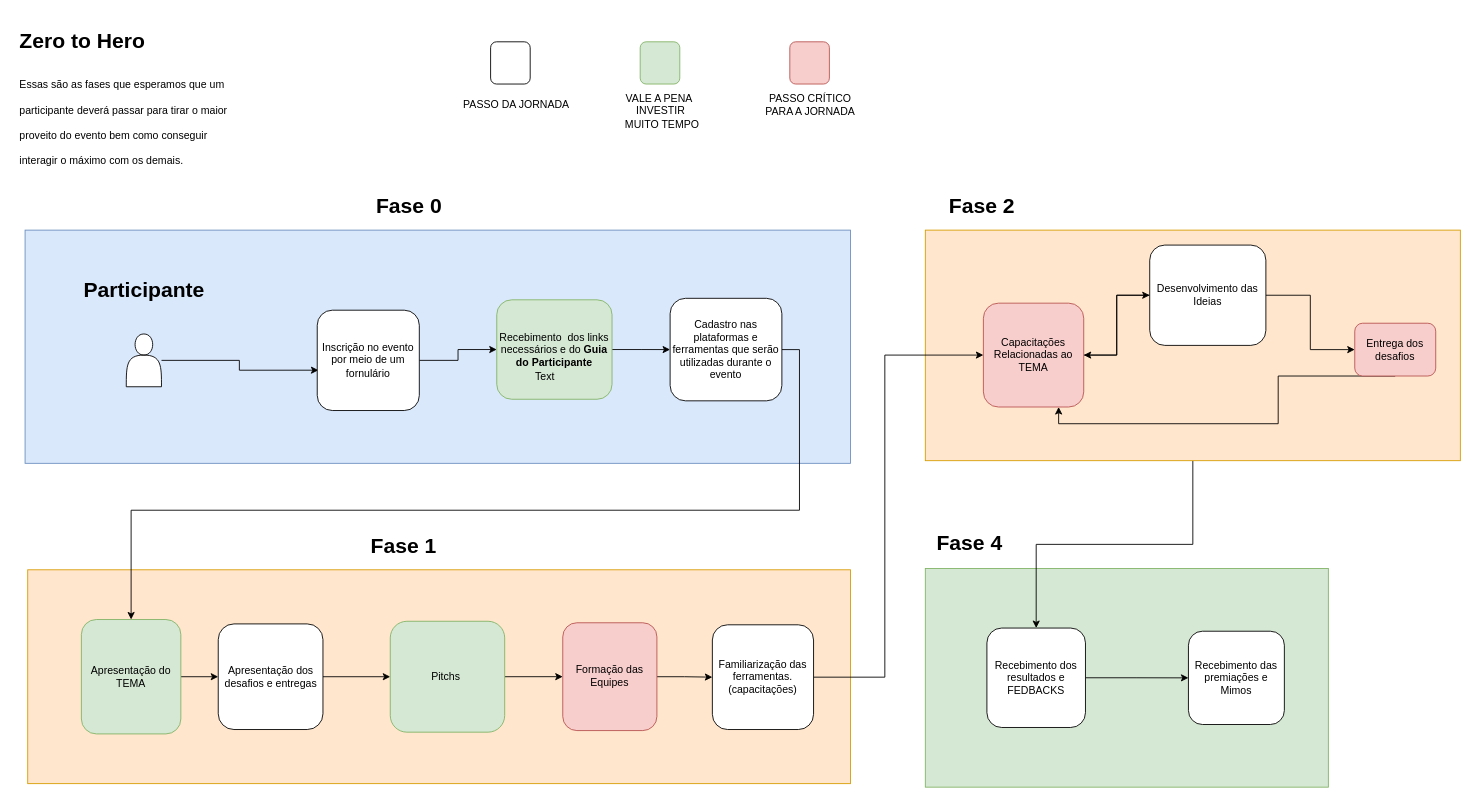
This is Untitled Diagram.drawio from MatheusPSantos/hackabee, a draw.io file, before an edit. Source tidied: cells renumbered, new cells numbered last; positions are measured from the earlier drawing's top-left corner, leaving out a move shared by most shapes. Both pictures are drawn from the tidied source at 88%, with x=0, y=0 at pixel (15, 24).
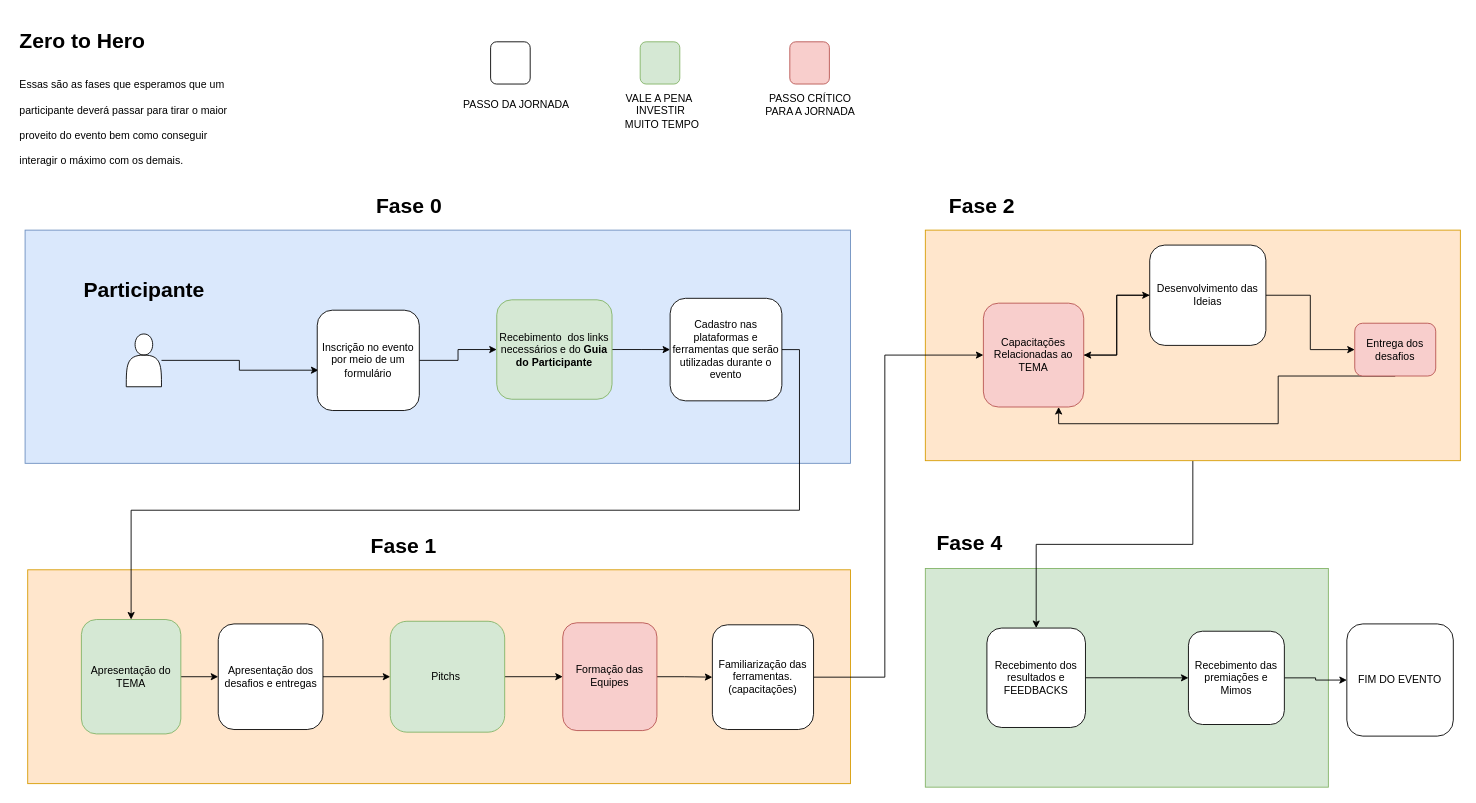
Above is the later version.

The change refers to these unchanged cells:
```xml
<mxCell id="47" value="Recebimento das premiações e Mimos" style="rounded=1;whiteSpace=wrap;html=1;" parent="1" vertex="1">
  <mxGeometry x="1333" y="689.8" width="109" height="106" as="geometry" />
</mxCell>
```

What changed in the source:
```diff
@@
-    <mxCell id="12" value="Inscrição no evento por meio de um fornulário" style="rounded=1;whiteSpace=wrap;html=1;" parent="1" vertex="1">
+    <mxCell id="12" value="Inscrição no evento por meio de um formulário" style="rounded=1;whiteSpace=wrap;html=1;" parent="1" vertex="1">
       <mxGeometry x="343" y="325" width="116" height="114" as="geometry" />
     </mxCell>
@@
-    <mxCell id="37" value="Text" style="text;html=1;strokeColor=none;fillColor=none;align=center;verticalAlign=middle;whiteSpace=wrap;rounded=0;" parent="1" vertex="1">
-      <mxGeometry x="582" y="391" width="40" height="20" as="geometry" />
-    </mxCell>
@@
-    <mxCell id="44" value="Recebimento dos resultados e FEDBACKS" style="rounded=1;whiteSpace=wrap;html=1;" parent="1" vertex="1">
+    <mxCell id="44" value="Recebimento dos resultados e FEEDBACKS" style="rounded=1;whiteSpace=wrap;html=1;" parent="1" vertex="1">
       <mxGeometry x="1104" y="686.2" width="112" height="113" as="geometry" />
     </mxCell>
@@
+    <mxCell id="48" style="edgeStyle=orthogonalEdgeStyle;rounded=0;jettySize=auto;html=1;exitX=1;exitY=0.5;exitDx=0;exitDy=0;" parent="1" edge="1" source="47" target="49">
+      <mxGeometry relative="1" as="geometry" />
+    </mxCell>
@@
+    <mxCell id="49" value="FIM DO EVENTO" style="rounded=1;whiteSpace=wrap;html=1;" parent="1" vertex="1">
+      <mxGeometry x="1513" y="681.5" width="121" height="127.5" as="geometry" />
+    </mxCell>
```
